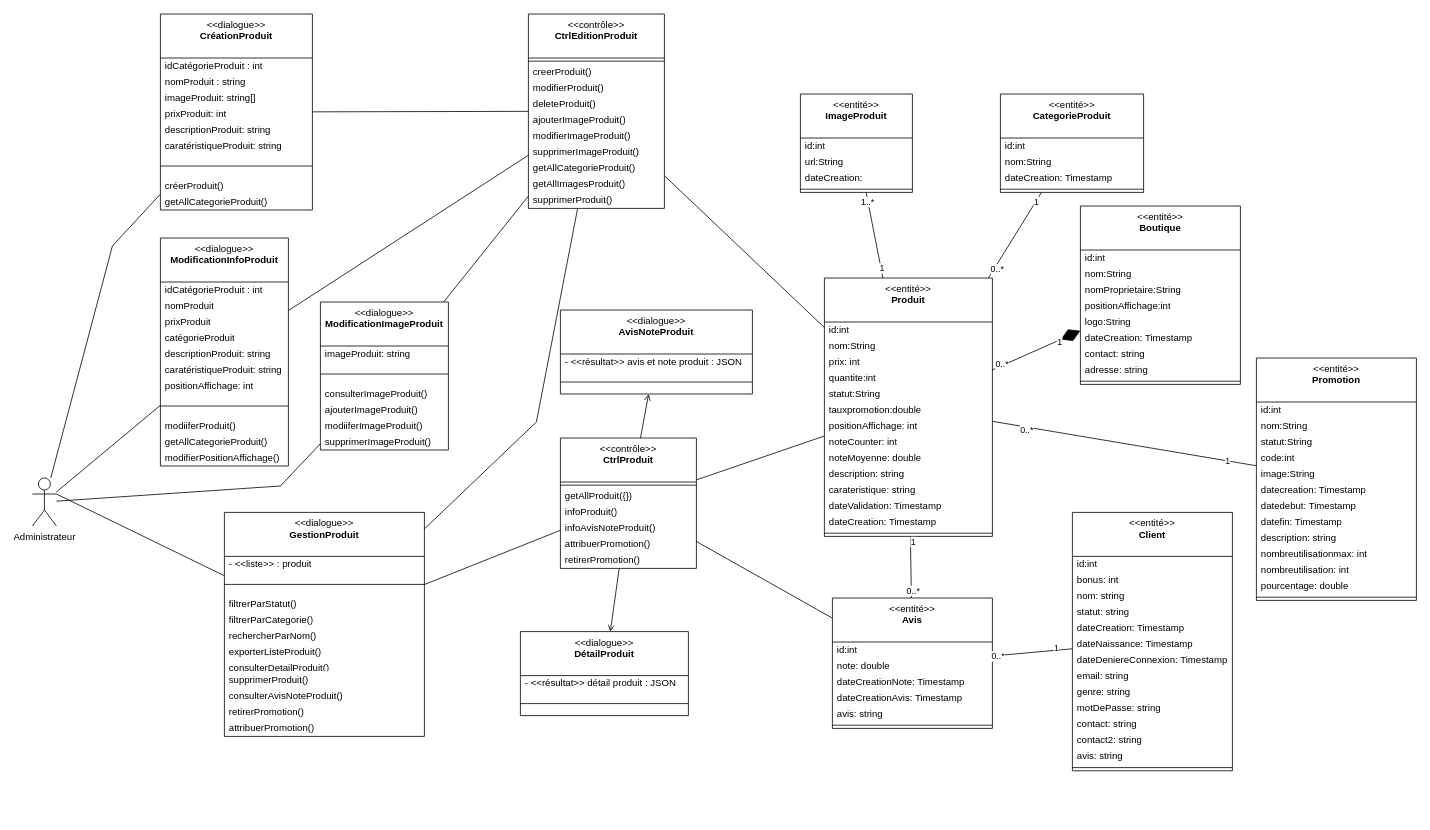
Earlier version of the draw.io diagram page "DCP-1-GESTION-PRODUIT" (8 of 10) of Diagramme cas d'utiilisation katina.drawio (kbvac/Diagramme-UML). Source tidied: cells renumbered, new cells numbered last; positions are measured from the earlier drawing's top-left corner, leaving out a move shared by most shapes. Both pictures are drawn from the tidied source at 80%, with x=0, y=0 at pixel (32, 14).
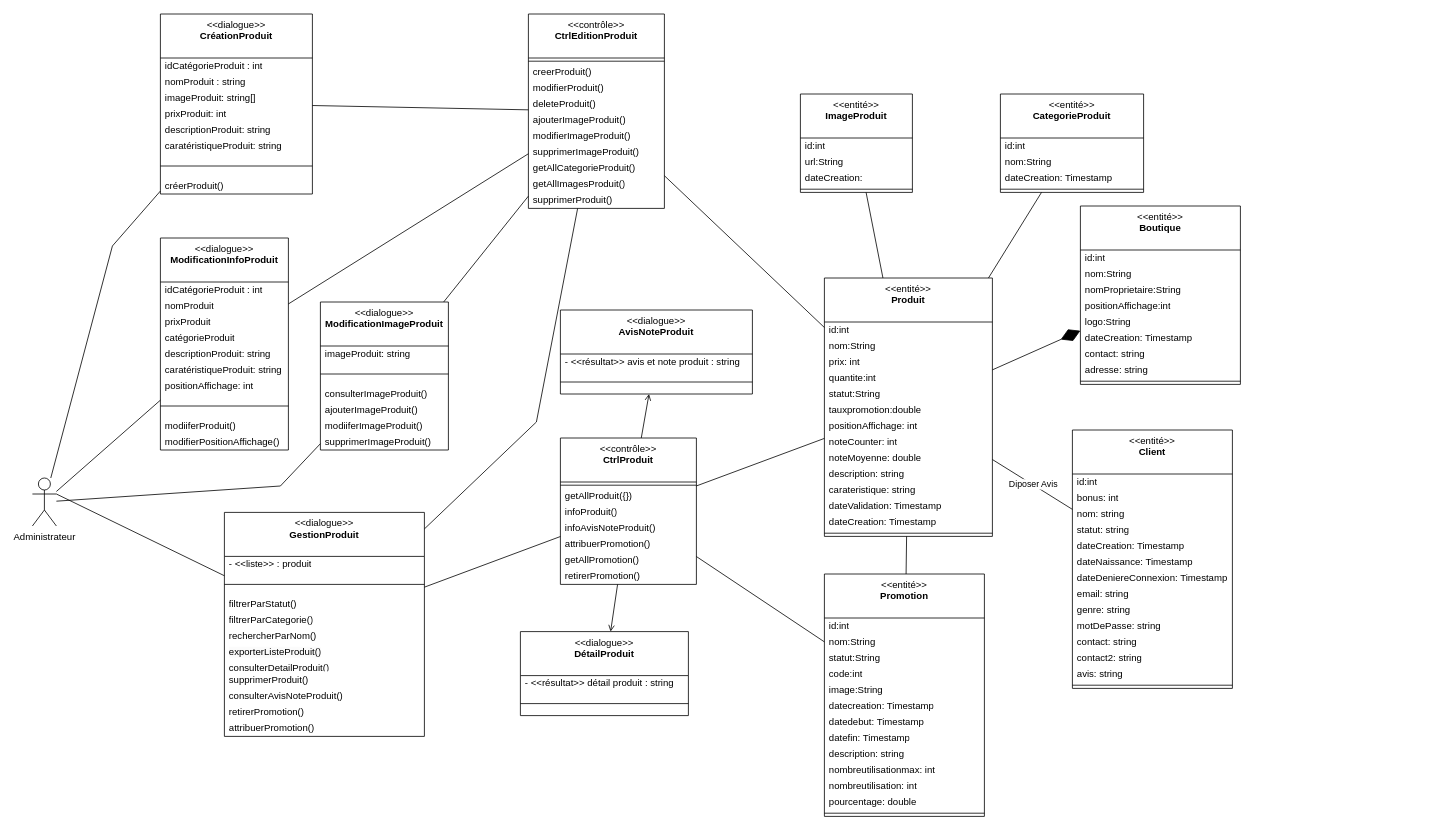
The same page after the edit.

Unchanged cells that the change refers to:
```xml
<mxCell id="49" value="&amp;lt;&amp;lt;entité&amp;gt;&amp;gt;&lt;br&gt;&lt;b&gt;Produit&lt;/b&gt;" style="swimlane;fontStyle=0;align=center;verticalAlign=top;horizontal=1;startSize=55;html=1;whiteSpace=wrap;" parent="1" vertex="1">
  <mxGeometry x="990" y="330" width="210" height="323" as="geometry" />
</mxCell>
<mxCell id="75" style="endArrow=diamondThin;endFill=1;endSize=24;html=1;rounded=0;" parent="1" edge="1" source="49" target="65">
  <mxGeometry relative="1" as="geometry" />
</mxCell>
<mxCell id="86" value="&amp;lt;&amp;lt;dialogue&amp;gt;&amp;gt;&lt;br&gt;&lt;b&gt;DétailProduit&lt;br&gt;&lt;br&gt;&lt;/b&gt;" style="swimlane;fontStyle=0;align=center;verticalAlign=top;horizontal=1;startSize=55;html=1;whiteSpace=wrap;" parent="1" vertex="1">
  <mxGeometry x="610" y="772" width="210" height="105" as="geometry" />
</mxCell>
<mxCell id="90" value="&amp;lt;&amp;lt;dialogue&amp;gt;&amp;gt;&lt;br&gt;&lt;b&gt;AvisNoteProduit&lt;br&gt;&lt;br&gt;&lt;/b&gt;" style="swimlane;fontStyle=0;align=center;verticalAlign=top;horizontal=1;startSize=55;html=1;whiteSpace=wrap;" parent="1" vertex="1">
  <mxGeometry x="660" y="370" width="240" height="105" as="geometry" />
</mxCell>
<mxCell id="121" style="endArrow=none;startArrow=none;endFill=0;startFill=0;endSize=8;html=1;verticalAlign=bottom;labelBackgroundColor=none;strokeWidth=1;rounded=0;" parent="1" edge="1" source="116" target="49">
  <mxGeometry relative="1" as="geometry" />
</mxCell>
<mxCell id="129" style="endArrow=none;startArrow=none;endFill=0;startFill=0;endSize=8;html=1;verticalAlign=bottom;labelBackgroundColor=none;strokeWidth=1;rounded=0;" parent="1" edge="1" source="124" target="49">
  <mxGeometry relative="1" as="geometry" />
</mxCell>
<mxCell id="168" style="endArrow=none;startArrow=none;endFill=0;startFill=0;endSize=8;html=1;verticalAlign=bottom;labelBackgroundColor=none;strokeWidth=1;rounded=0;" parent="1" edge="1" source="154" target="49">
  <mxGeometry relative="1" as="geometry" />
</mxCell>
```

The edit, as a diff of the source:
```diff
@@
     <mxCell id="15" value="&amp;lt;&amp;lt;contrôle&amp;gt;&amp;gt;&lt;br&gt;&lt;b&gt;CtrlProduit&lt;/b&gt;" style="swimlane;fontStyle=0;align=center;verticalAlign=top;horizontal=1;startSize=55;html=1;whiteSpace=wrap;" parent="1" vertex="1">
-      <mxGeometry x="660" y="530" width="170" height="163" as="geometry" />
+      <mxGeometry x="660" y="530" width="170" height="183" as="geometry" />
     </mxCell>
@@
+    <mxCell id="171" value="getAllPromotion()" style="text;html=1;strokeColor=none;fillColor=none;align=left;verticalAlign=middle;spacingLeft=4;spacingRight=4;overflow=hidden;whiteSpace=wrap;" parent="15" vertex="1">
+      <mxGeometry y="143" width="170" height="20" as="geometry" />
+    </mxCell>
     <mxCell id="21" value="retirerPromotion()" style="text;html=1;strokeColor=none;fillColor=none;align=left;verticalAlign=middle;spacingLeft=4;spacingRight=4;overflow=hidden;whiteSpace=wrap;" parent="15" vertex="1">
-      <mxGeometry y="143" width="170" height="20" as="geometry" />
+      <mxGeometry y="163" width="170" height="20" as="geometry" />
     </mxCell>
     <mxCell id="22" value="&amp;lt;&amp;lt;dialogue&amp;gt;&amp;gt;&lt;br&gt;&lt;b&gt;CréationProduit&lt;br&gt;&lt;br&gt;&lt;/b&gt;" style="swimlane;fontStyle=0;align=center;verticalAlign=top;horizontal=1;startSize=55;html=1;whiteSpace=wrap;" parent="1" vertex="1">
-      <mxGeometry x="160" width="190" height="245" as="geometry" />
+      <mxGeometry x="160" width="190" height="225" as="geometry" />
     </mxCell>
@@
-    <mxCell id="31" value="getAllCategorieProduit()" style="text;html=1;strokeColor=none;fillColor=none;align=left;verticalAlign=middle;spacingLeft=4;spacingRight=4;overflow=hidden;whiteSpace=wrap;" parent="22" vertex="1">
-      <mxGeometry y="225" width="190" height="20" as="geometry" />
-    </mxCell>
@@
     <mxCell id="35" value="&amp;lt;&amp;lt;dialogue&amp;gt;&amp;gt;&lt;br&gt;&lt;b&gt;ModificationInfoProduit&lt;br&gt;&lt;/b&gt;" style="swimlane;fontStyle=0;align=center;verticalAlign=top;horizontal=1;startSize=55;html=1;whiteSpace=wrap;" parent="1" vertex="1">
-      <mxGeometry x="160" y="280" width="160" height="285" as="geometry" />
+      <mxGeometry x="160" y="280" width="160" height="265" as="geometry" />
     </mxCell>
@@
-    <mxCell id="45" value="getAllCategorieProduit()" style="text;html=1;strokeColor=none;fillColor=none;align=left;verticalAlign=middle;spacingLeft=4;spacingRight=4;overflow=hidden;whiteSpace=wrap;" parent="35" vertex="1">
-      <mxGeometry y="245" width="160" height="20" as="geometry" />
-    </mxCell>
     <mxCell id="46" value="modifierPositionAffichage()" style="text;html=1;strokeColor=none;fillColor=none;align=left;verticalAlign=middle;spacingLeft=4;spacingRight=4;overflow=hidden;whiteSpace=wrap;" parent="35" vertex="1">
-      <mxGeometry y="265" width="160" height="20" as="geometry" />
+      <mxGeometry y="245" width="160" height="20" as="geometry" />
     </mxCell>
@@
-    <mxCell id="76" value="1" style="edgeLabel;html=1;align=center;verticalAlign=middle;" parent="75" vertex="1">
-      <mxGeometry x="0.52" y="-2" relative="1" as="geometry" />
-    </mxCell>
-    <mxCell id="77" value="0..*" style="edgeLabel;html=1;align=center;verticalAlign=middle;" parent="75" vertex="1">
-      <mxGeometry x="-0.78" y="2" relative="1" as="geometry" />
-    </mxCell>
-    <mxCell id="78" value="&amp;lt;&amp;lt;entité&amp;gt;&amp;gt;&lt;br&gt;&lt;b&gt;Avis&lt;/b&gt;" style="swimlane;fontStyle=0;align=center;verticalAlign=top;horizontal=1;startSize=55;html=1;whiteSpace=wrap;" parent="1" vertex="1">
-      <mxGeometry x="1000" y="730" width="200" height="163" as="geometry" />
-    </mxCell>
-    <mxCell id="79" value="id:int" style="text;html=1;strokeColor=none;fillColor=none;align=left;verticalAlign=middle;spacingLeft=4;spacingRight=4;overflow=hidden;whiteSpace=wrap;" parent="78" vertex="1">
-      <mxGeometry y="55" width="200" height="20" as="geometry" />
-    </mxCell>
-    <mxCell id="80" value="note: double" style="text;html=1;strokeColor=none;fillColor=none;align=left;verticalAlign=middle;spacingLeft=4;spacingRight=4;overflow=hidden;whiteSpace=wrap;" parent="78" vertex="1">
-      <mxGeometry y="75" width="200" height="20" as="geometry" />
-    </mxCell>
-    <mxCell id="81" value="dateCreationNote: Timestamp" style="text;html=1;strokeColor=none;fillColor=none;align=left;verticalAlign=middle;spacingLeft=4;spacingRight=4;overflow=hidden;whiteSpace=wrap;" parent="78" vertex="1">
-      <mxGeometry y="95" width="200" height="20" as="geometry" />
-    </mxCell>
-    <mxCell id="82" value="dateCreationAvis: Timestamp" style="text;html=1;strokeColor=none;fillColor=none;align=left;verticalAlign=middle;spacingLeft=4;spacingRight=4;overflow=hidden;whiteSpace=wrap;" parent="78" vertex="1">
-      <mxGeometry y="115" width="200" height="20" as="geometry" />
-    </mxCell>
-    <mxCell id="83" value="avis: string" style="text;html=1;strokeColor=none;fillColor=none;align=left;verticalAlign=middle;spacingLeft=4;spacingRight=4;overflow=hidden;whiteSpace=wrap;" parent="78" vertex="1">
-      <mxGeometry y="135" width="200" height="20" as="geometry" />
-    </mxCell>
-    <mxCell id="84" style="line;strokeWidth=1;fillColor=none;align=left;verticalAlign=middle;spacingTop=-1;spacingLeft=3;spacingRight=3;labelPosition=right;" parent="78" vertex="1">
-      <mxGeometry y="155" width="200" height="8" as="geometry" />
-    </mxCell>
-    <mxCell id="85" style="endArrow=none;startArrow=none;endFill=0;startFill=0;endSize=8;html=1;verticalAlign=bottom;labelBackgroundColor=none;strokeWidth=1;rounded=0;" parent="1" edge="1" source="15" target="78">
-      <mxGeometry relative="1" as="geometry" />
-    </mxCell>
@@
-    <mxCell id="87" value="- &amp;lt;&amp;lt;résultat&amp;gt;&amp;gt; détail produit : JSON" style="text;html=1;strokeColor=none;fillColor=none;align=left;verticalAlign=middle;spacingLeft=4;spacingRight=4;overflow=hidden;whiteSpace=wrap;" parent="86" vertex="1">
+    <mxCell id="87" value="- &amp;lt;&amp;lt;résultat&amp;gt;&amp;gt; détail produit : string" style="text;html=1;strokeColor=none;fillColor=none;align=left;verticalAlign=middle;spacingLeft=4;spacingRight=4;overflow=hidden;whiteSpace=wrap;" parent="86" vertex="1">
       <mxGeometry y="55" width="210" height="20" as="geometry" />
     </mxCell>
@@
-    <mxCell id="91" value="- &amp;lt;&amp;lt;résultat&amp;gt;&amp;gt; avis et note produit : JSON" style="text;html=1;strokeColor=none;fillColor=none;align=left;verticalAlign=middle;spacingLeft=4;spacingRight=4;overflow=hidden;whiteSpace=wrap;" parent="90" vertex="1">
+    <mxCell id="91" value="- &amp;lt;&amp;lt;résultat&amp;gt;&amp;gt; avis et note produit : string" style="text;html=1;strokeColor=none;fillColor=none;align=left;verticalAlign=middle;spacingLeft=4;spacingRight=4;overflow=hidden;whiteSpace=wrap;" parent="90" vertex="1">
       <mxGeometry y="55" width="240" height="20" as="geometry" />
     </mxCell>
@@
-    <mxCell id="122" value="1" style="edgeLabel;html=1;align=center;verticalAlign=middle;" parent="121" vertex="1">
-      <mxGeometry x="-0.78" relative="1" as="geometry" />
-    </mxCell>
-    <mxCell id="123" value="0..*" style="edgeLabel;html=1;align=center;verticalAlign=middle;" parent="121" vertex="1">
-      <mxGeometry x="0.74" y="2" relative="1" as="geometry">
-        <mxPoint y="1" as="offset" />
-      </mxGeometry>
-    </mxCell>
@@
-    <mxCell id="130" value="1..*" style="edgeLabel;html=1;align=center;verticalAlign=middle;" parent="129" vertex="1">
-      <mxGeometry x="-0.78" y="-1" relative="1" as="geometry" />
-    </mxCell>
-    <mxCell id="131" value="1" style="edgeLabel;html=1;align=center;verticalAlign=middle;" parent="129" vertex="1">
-      <mxGeometry x="0.78" y="1" relative="1" as="geometry" />
-    </mxCell>
-    <mxCell id="132" style="endArrow=none;startArrow=none;endFill=0;startFill=0;endSize=8;html=1;verticalAlign=bottom;labelBackgroundColor=none;strokeWidth=1;rounded=0;" parent="1" edge="1" source="78" target="49">
+    <mxCell id="132" style="endArrow=none;startArrow=none;endFill=0;startFill=0;endSize=8;html=1;verticalAlign=bottom;labelBackgroundColor=none;strokeWidth=1;rounded=0;" parent="1" edge="1" source="135" target="49">
       <mxGeometry relative="1" as="geometry" />
     </mxCell>
-    <mxCell id="133" value="0..*" style="edgeLabel;html=1;align=center;verticalAlign=middle;" parent="132" vertex="1">
-      <mxGeometry x="-0.76" y="-2" relative="1" as="geometry" />
-    </mxCell>
-    <mxCell id="134" value="1" style="edgeLabel;html=1;align=center;verticalAlign=middle;" parent="132" vertex="1">
-      <mxGeometry x="0.83" y="-3" relative="1" as="geometry" />
-    </mxCell>
+    <mxCell id="172" value="Diposer Avis" style="edgeLabel;html=1;align=center;verticalAlign=middle;" parent="132" vertex="1">
+      <mxGeometry x="0.01" y="-1" relative="1" as="geometry" />
+    </mxCell>
     <mxCell id="135" value="&amp;lt;&amp;lt;entité&amp;gt;&amp;gt;&lt;br&gt;&lt;b&gt;Client&lt;/b&gt;" style="swimlane;fontStyle=0;align=center;verticalAlign=top;horizontal=1;startSize=55;html=1;whiteSpace=wrap;" parent="1" vertex="1">
-      <mxGeometry x="1300" y="623" width="200" height="323" as="geometry" />
+      <mxGeometry x="1300" y="520" width="200" height="323" as="geometry" />
     </mxCell>
@@
-    <mxCell id="150" style="endArrow=none;startArrow=none;endFill=0;startFill=0;endSize=8;html=1;verticalAlign=bottom;labelBackgroundColor=none;strokeWidth=1;rounded=0;" parent="1" edge="1" source="78" target="135">
-      <mxGeometry relative="1" as="geometry" />
-    </mxCell>
-    <mxCell id="151" value="1" style="edgeLabel;html=1;align=center;verticalAlign=middle;" parent="150" vertex="1">
-      <mxGeometry x="0.6" y="4" relative="1" as="geometry">
-        <mxPoint y="1" as="offset" />
-      </mxGeometry>
-    </mxCell>
-    <mxCell id="152" value="0..*" style="edgeLabel;html=1;align=center;verticalAlign=middle;" parent="150" vertex="1">
-      <mxGeometry x="-0.88" y="-1" relative="1" as="geometry" />
-    </mxCell>
@@
     <mxCell id="154" value="&amp;lt;&amp;lt;entité&amp;gt;&amp;gt;&lt;br&gt;&lt;b&gt;Promotion&lt;/b&gt;" style="swimlane;fontStyle=0;align=center;verticalAlign=top;horizontal=1;startSize=55;html=1;whiteSpace=wrap;" parent="1" vertex="1">
-      <mxGeometry x="1530" y="430" width="200" height="303" as="geometry" />
+      <mxGeometry x="990" y="700" width="200" height="303" as="geometry" />
     </mxCell>
@@
-    <mxCell id="169" value="1" style="edgeLabel;html=1;align=center;verticalAlign=middle;" parent="168" vertex="1">
-      <mxGeometry x="-0.78" relative="1" as="geometry" />
-    </mxCell>
-    <mxCell id="170" value="0..*" style="edgeLabel;html=1;align=center;verticalAlign=middle;" parent="168" vertex="1">
-      <mxGeometry x="0.74" y="2" relative="1" as="geometry">
-        <mxPoint y="1" as="offset" />
-      </mxGeometry>
-    </mxCell>
+    <mxCell id="173" style="endArrow=none;startArrow=none;endFill=0;startFill=0;endSize=8;html=1;verticalAlign=bottom;labelBackgroundColor=none;strokeWidth=1;rounded=0;" parent="1" edge="1" source="15" target="154">
+      <mxGeometry relative="1" as="geometry" />
+    </mxCell>
```
